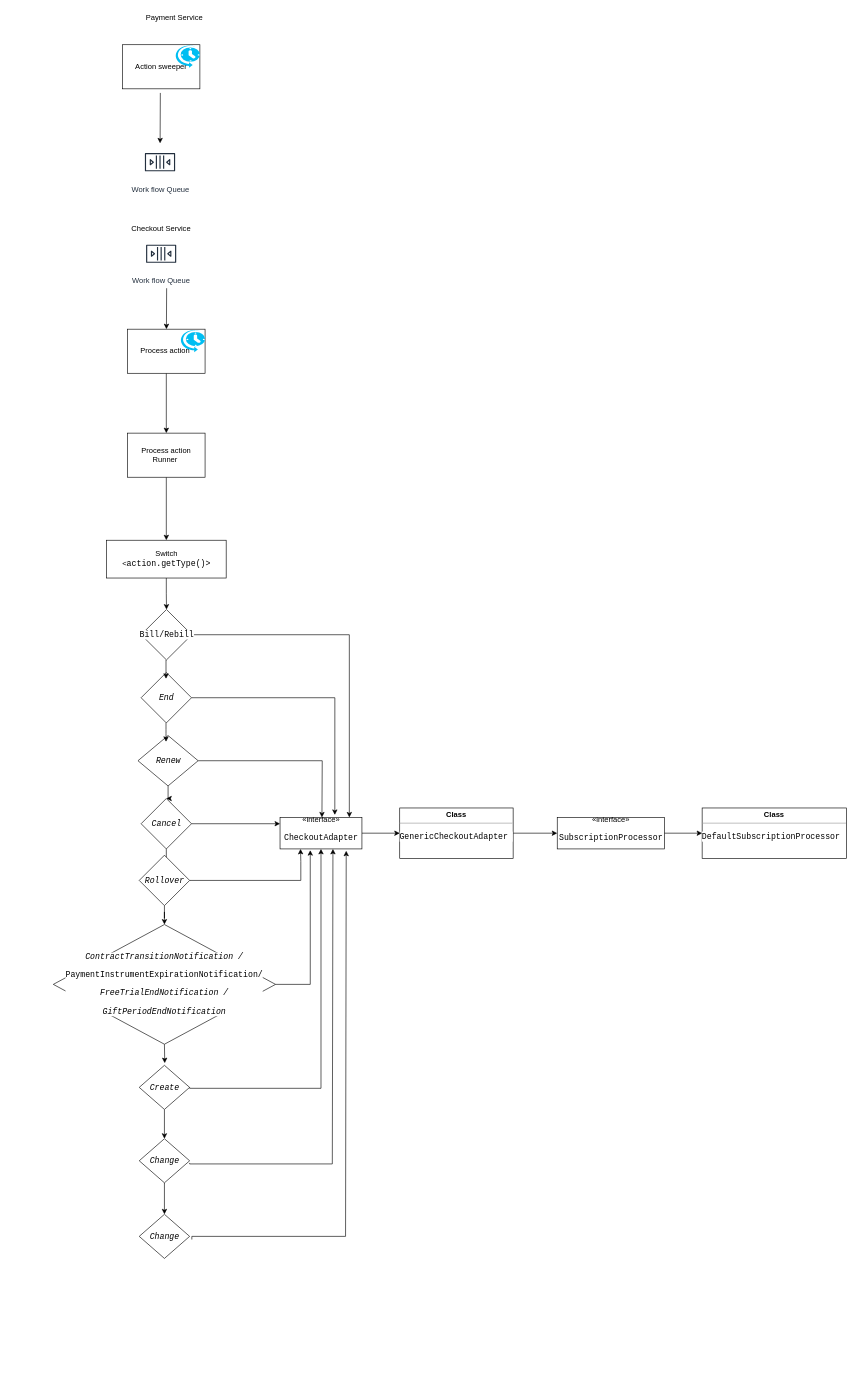
This is Untitled Diagram.drawio from SARAVANA1990/TestJava, a draw.io file, before an edit. Source tidied: cells renumbered, new cells numbered last; positions are measured from the earlier drawing's top-left corner, leaving out a move shared by most shapes. Both pictures are drawn from the tidied source at 63%, with x=0, y=0 at pixel (53, 11).
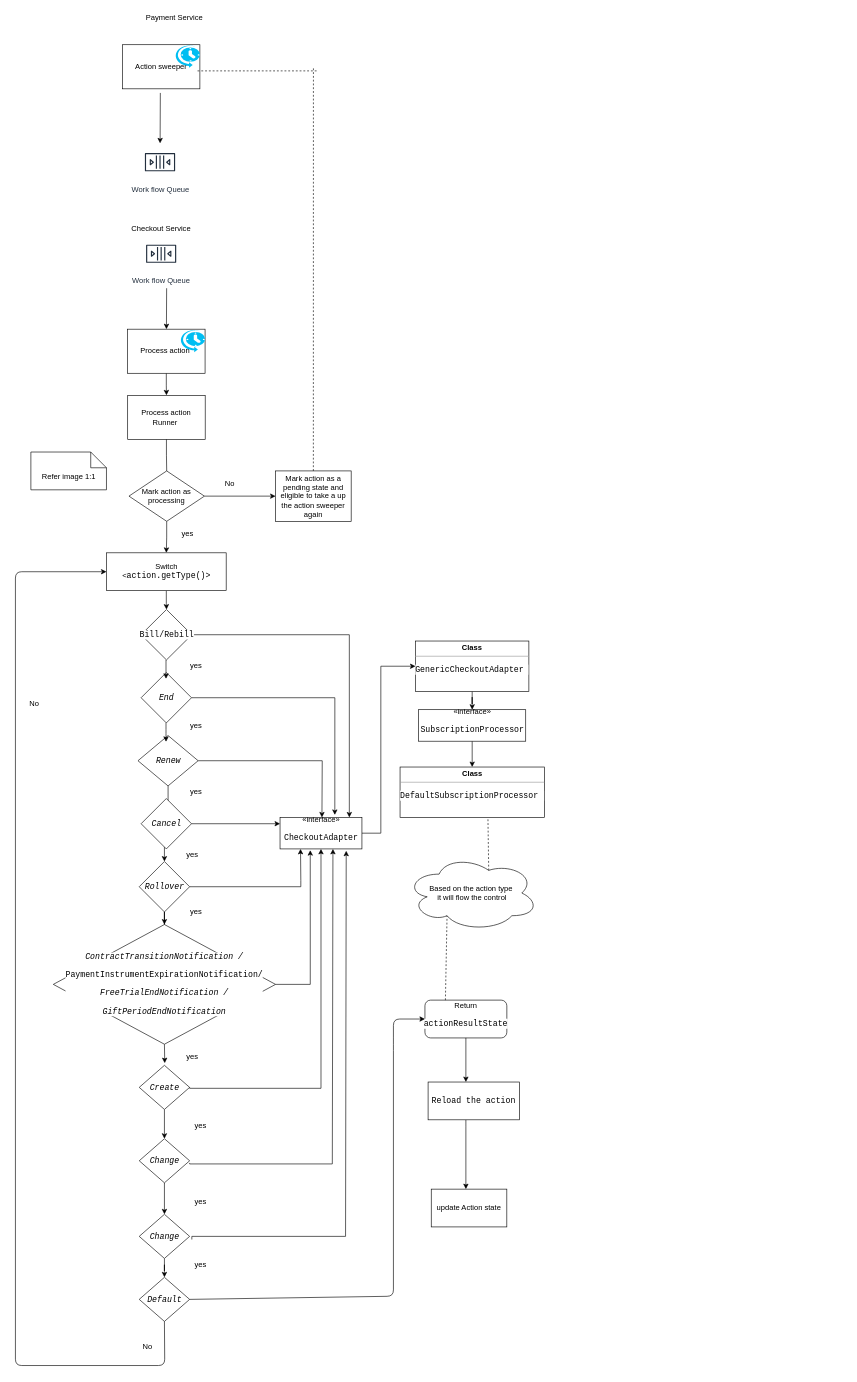
Above is the later version.

The change refers to these unchanged cells:
```xml
<mxCell id="7" style="verticalLabelPosition=bottom;html=1;verticalAlign=top;align=center;strokeColor=none;fillColor=#00BEF2;shape=mxgraph.azure.scheduler;" parent="1" vertex="1">
  <mxGeometry x="192.8" y="53.5" width="40" height="36.5" as="geometry" />
</mxCell>
<mxCell id="23" value="&lt;pre style=&quot;background-color: rgb(255 , 255 , 255) ; font-family: &amp;#34;jetbrains mono&amp;#34; , monospace ; font-size: 9.8pt&quot;&gt;&lt;span style=&quot;font-style: italic&quot;&gt;Renew&lt;/span&gt;&lt;/pre&gt;" style="rhombus;whiteSpace=wrap;html=1;" parent="1" vertex="1">
  <mxGeometry x="134.5" y="1150" width="95.5" height="80" as="geometry" />
</mxCell>
<mxCell id="25" value="&lt;pre style=&quot;background-color: rgb(255 , 255 , 255) ; font-family: &amp;#34;jetbrains mono&amp;#34; , monospace ; font-size: 9.8pt&quot;&gt;&lt;span style=&quot;font-style: italic&quot;&gt;Cancel&lt;/span&gt;&lt;/pre&gt;" style="rhombus;whiteSpace=wrap;html=1;" parent="1" vertex="1">
  <mxGeometry x="139.5" y="1250" width="80" height="80" as="geometry" />
</mxCell>
<mxCell id="35" value="&lt;pre style=&quot;background-color: rgb(255 , 255 , 255) ; font-family: &amp;#34;jetbrains mono&amp;#34; , monospace ; font-size: 9.8pt&quot;&gt;&lt;pre style=&quot;font-family: &amp;#34;jetbrains mono&amp;#34; , monospace ; font-size: 9.8pt&quot;&gt;&lt;pre style=&quot;font-family: &amp;#34;jetbrains mono&amp;#34; , monospace ; font-size: 9.8pt&quot;&gt;&lt;pre style=&quot;font-family: &amp;#34;jetbrains mono&amp;#34; , monospace ; font-size: 9.8pt&quot;&gt;&lt;span style=&quot;font-style: italic&quot;&gt;Change&lt;/span&gt;&lt;/pre&gt;&lt;/pre&gt;&lt;/pre&gt;&lt;/pre&gt;" style="rhombus;whiteSpace=wrap;html=1;" parent="1" vertex="1">
  <mxGeometry x="136.5" y="1910" width="80" height="70" as="geometry" />
</mxCell>
<mxCell id="37" value="«interface»&lt;br&gt;&lt;pre style=&quot;background-color: #ffffff ; color: #080808 ; font-family: &amp;#34;jetbrains mono&amp;#34; , monospace ; font-size: 9.8pt&quot;&gt;&lt;span style=&quot;color: #000000&quot;&gt;CheckoutAdapter&lt;/span&gt;&lt;/pre&gt;" style="html=1;strokeColor=#000000;" parent="1" vertex="1">
  <mxGeometry x="360" y="1280" width="130" height="50" as="geometry" />
</mxCell>
```

The edit, as a diff of the source:
```diff
@@
-    <mxCell id="14" style="edgeStyle=orthogonalEdgeStyle;rounded=0;jettySize=auto;html=1;" parent="1" edge="1" source="15" target="17">
-      <mxGeometry relative="1" as="geometry" />
-    </mxCell>
     <mxCell id="15" value="&lt;span&gt;Process action Runner&amp;nbsp;&lt;/span&gt;" style="rounded=0;whiteSpace=wrap;html=1;direction=west;" parent="1" vertex="1">
-      <mxGeometry x="118" y="670" width="123" height="70" as="geometry" />
+      <mxGeometry x="118.2" y="610" width="123" height="70" as="geometry" />
     </mxCell>
@@
     <mxCell id="17" value="Switch&lt;br&gt;&amp;lt;&lt;span style=&quot;font-family: &amp;#34;jetbrains mono&amp;#34; , monospace ; font-size: 9.8pt&quot;&gt;action&lt;/span&gt;&lt;span style=&quot;background-color: rgb(255 , 255 , 255) ; font-family: &amp;#34;jetbrains mono&amp;#34; , monospace ; font-size: 9.8pt&quot;&gt;.getType()&amp;gt;&lt;/span&gt;" style="rounded=0;whiteSpace=wrap;html=1;" parent="1" vertex="1">
-      <mxGeometry x="84.5" y="840" width="190" height="60" as="geometry" />
+      <mxGeometry x="84.5" y="860" width="190" height="60" as="geometry" />
     </mxCell>
@@
-    <mxCell id="22" style="edgeStyle=orthogonalEdgeStyle;rounded=0;jettySize=auto;html=1;" parent="1" edge="1" source="23" target="25">
-      <mxGeometry relative="1" as="geometry" />
-    </mxCell>
+    <mxCell id="50" style="edgeStyle=orthogonalEdgeStyle;rounded=0;jettySize=auto;html=1;" parent="1" edge="1" source="23" target="27">
+      <mxGeometry relative="1" as="geometry" />
+    </mxCell>
@@
-    <mxCell id="24" style="edgeStyle=orthogonalEdgeStyle;rounded=0;jettySize=auto;html=1;" parent="1" edge="1" source="25" target="27">
-      <mxGeometry relative="1" as="geometry" />
-    </mxCell>
@@
     <mxCell id="27" value="&lt;pre style=&quot;background-color: rgb(255 , 255 , 255) ; font-family: &amp;#34;jetbrains mono&amp;#34; , monospace ; font-size: 9.8pt&quot;&gt;&lt;pre style=&quot;font-family: &amp;#34;jetbrains mono&amp;#34; , monospace ; font-size: 9.8pt&quot;&gt;&lt;span style=&quot;font-style: italic&quot;&gt;Rollover&lt;/span&gt;&lt;/pre&gt;&lt;/pre&gt;" style="rhombus;whiteSpace=wrap;html=1;" parent="1" vertex="1">
-      <mxGeometry x="136.5" y="1340" width="80" height="80" as="geometry" />
+      <mxGeometry x="136.5" y="1350" width="80" height="80" as="geometry" />
     </mxCell>
@@
+    <mxCell id="51" style="edgeStyle=orthogonalEdgeStyle;rounded=0;jettySize=auto;html=1;" parent="1" edge="1" source="35" target="67">
+      <mxGeometry relative="1" as="geometry" />
+    </mxCell>
@@
     <mxCell id="36" style="edgeStyle=orthogonalEdgeStyle;rounded=0;jettySize=auto;html=1;" parent="1" edge="1" source="37" target="39">
-      <mxGeometry relative="1" as="geometry" />
+      <mxGeometry relative="1" as="geometry">
+        <Array as="points">
+          <mxPoint x="520" y="1305" />
+          <mxPoint x="520" y="1040" />
+        </Array>
+      </mxGeometry>
     </mxCell>
@@
     <mxCell id="39" value="&lt;p style=&quot;margin: 0px ; margin-top: 4px ; text-align: center&quot;&gt;&lt;b&gt;Class&lt;/b&gt;&lt;/p&gt;&lt;hr size=&quot;1&quot;&gt;&lt;div style=&quot;height: 2px&quot;&gt;&lt;pre style=&quot;background-color: #ffffff ; color: #080808 ; font-family: &amp;#34;jetbrains mono&amp;#34; , monospace ; font-size: 9.8pt&quot;&gt;&lt;span style=&quot;color: #000000&quot;&gt;GenericCheckoutAdapter&lt;/span&gt;&lt;/pre&gt;&lt;/div&gt;" style="verticalAlign=top;align=left;overflow=fill;fontSize=12;fontFamily=Helvetica;html=1;strokeColor=#000000;" parent="1" vertex="1">
-      <mxGeometry x="550" y="1265" width="180" height="80" as="geometry" />
+      <mxGeometry x="575" y="1000" width="180" height="80" as="geometry" />
     </mxCell>
@@
     <mxCell id="41" value="«interface»&lt;br&gt;&lt;pre style=&quot;background-color: #ffffff ; color: #080808 ; font-family: &amp;#34;jetbrains mono&amp;#34; , monospace ; font-size: 9.8pt&quot;&gt;&lt;pre style=&quot;font-family: &amp;#34;jetbrains mono&amp;#34; , monospace ; font-size: 9.8pt&quot;&gt;&lt;span style=&quot;color: #000000&quot;&gt;SubscriptionProcessor&lt;/span&gt;&lt;/pre&gt;&lt;/pre&gt;" style="html=1;strokeColor=#000000;" parent="1" vertex="1">
-      <mxGeometry x="800" y="1280" width="170" height="50" as="geometry" />
+      <mxGeometry x="580" y="1109" width="170" height="50" as="geometry" />
     </mxCell>
     <mxCell id="42" value="&lt;p style=&quot;margin: 0px ; margin-top: 4px ; text-align: center&quot;&gt;&lt;b&gt;Class&lt;/b&gt;&lt;/p&gt;&lt;hr size=&quot;1&quot;&gt;&lt;div style=&quot;height: 2px&quot;&gt;&lt;pre style=&quot;background-color: #ffffff ; color: #080808 ; font-family: &amp;#34;jetbrains mono&amp;#34; , monospace ; font-size: 9.8pt&quot;&gt;&lt;pre style=&quot;font-family: &amp;#34;jetbrains mono&amp;#34; , monospace ; font-size: 9.8pt&quot;&gt;&lt;span style=&quot;color: #000000&quot;&gt;DefaultSubscriptionProcessor&lt;/span&gt;&lt;/pre&gt;&lt;/pre&gt;&lt;/div&gt;" style="verticalAlign=top;align=left;overflow=fill;fontSize=12;fontFamily=Helvetica;html=1;strokeColor=#000000;" parent="1" vertex="1">
-      <mxGeometry x="1030" y="1265" width="229" height="80" as="geometry" />
+      <mxGeometry x="550.5" y="1200" width="229" height="80" as="geometry" />
     </mxCell>
@@
+    <mxCell id="52" style="edgeStyle=orthogonalEdgeStyle;rounded=0;jettySize=auto;html=1;" parent="1" edge="1" source="54" target="17">
+      <mxGeometry relative="1" as="geometry" />
+    </mxCell>
+    <mxCell id="53" style="edgeStyle=orthogonalEdgeStyle;rounded=0;jettySize=auto;html=1;" parent="1" edge="1" source="54" target="57">
+      <mxGeometry relative="1" as="geometry" />
+    </mxCell>
+    <mxCell id="54" value="Mark action as processing" style="rhombus;whiteSpace=wrap;html=1;" parent="1" vertex="1">
+      <mxGeometry x="120.2" y="730" width="119.8" height="80" as="geometry" />
+    </mxCell>
+    <mxCell id="55" style="edgeStyle=orthogonalEdgeStyle;rounded=0;jettySize=auto;html=1;endArrow=none;" parent="1" edge="1" source="15" target="54">
+      <mxGeometry relative="1" as="geometry" />
+    </mxCell>
+    <mxCell id="56" value="yes" style="text;html=1;align=center;verticalAlign=middle;strokeColor=none;" parent="1" vertex="1">
+      <mxGeometry x="197.8" y="820" width="30" height="20" as="geometry" />
+    </mxCell>
+    <mxCell id="57" value="Mark action as a pending state and eligible to take a up the action sweeper again" style="rounded=0;whiteSpace=wrap;html=1;" parent="1" vertex="1">
+      <mxGeometry x="352.9" y="730" width="120" height="80" as="geometry" />
+    </mxCell>
+    <mxCell id="58" value="No" style="text;html=1;align=center;verticalAlign=middle;strokeColor=none;" parent="1" vertex="1">
+      <mxGeometry x="265" y="740" width="30" height="20" as="geometry" />
+    </mxCell>
+    <mxCell id="59" style="endArrow=none;dashed=1;html=1;exitX=0.5;exitY=0;exitDx=0;exitDy=0;" parent="1" edge="1" source="57">
+      <mxGeometry relative="1" as="geometry">
+        <mxPoint x="413" y="90" as="targetPoint" />
+      </mxGeometry>
+    </mxCell>
+    <mxCell id="60" style="endArrow=none;dashed=1;html=1;exitX=0.906;exitY=1.137;exitDx=0;exitDy=0;exitPerimeter=0;" parent="1" edge="1" source="7">
+      <mxGeometry relative="1" as="geometry">
+        <mxPoint x="420" y="95" as="targetPoint" />
+      </mxGeometry>
+    </mxCell>
+    <mxCell id="61" value="Based on the action type&amp;nbsp;&lt;br&gt;it will flow the control" style="ellipse;shape=cloud;whiteSpace=wrap;html=1;" parent="1" vertex="1">
+      <mxGeometry x="560" y="1340" width="210" height="120" as="geometry" />
+    </mxCell>
+    <mxCell id="62" style="endArrow=none;dashed=1;html=1;exitX=0.625;exitY=0.2;exitDx=0;exitDy=0;exitPerimeter=0;" parent="1" edge="1" source="61">
+      <mxGeometry relative="1" as="geometry">
+        <mxPoint x="690" y="1280" as="targetPoint" />
+      </mxGeometry>
+    </mxCell>
+    <mxCell id="63" value="Return&lt;br&gt;&lt;pre style=&quot;background-color: #ffffff ; color: #080808 ; font-family: &amp;#34;jetbrains mono&amp;#34; , monospace ; font-size: 9.8pt&quot;&gt;&lt;span style=&quot;color: #000000&quot;&gt;actionResultState&lt;/span&gt;&lt;/pre&gt;" style="rounded=1;whiteSpace=wrap;html=1;" parent="1" vertex="1">
+      <mxGeometry x="590" y="1570" width="130" height="60" as="geometry" />
+    </mxCell>
+    <mxCell id="64" style="endArrow=none;dashed=1;html=1;entryX=0.31;entryY=0.8;entryDx=0;entryDy=0;entryPerimeter=0;exitX=0.25;exitY=0;exitDx=0;exitDy=0;" parent="1" edge="1" source="63" target="61">
+      <mxGeometry relative="1" as="geometry" />
+    </mxCell>
+    <mxCell id="65" style="endArrow=classic;html=1;exitX=0.5;exitY=1;exitDx=0;exitDy=0;" parent="1" edge="1" source="63">
+      <mxGeometry relative="1" as="geometry">
+        <mxPoint x="655" y="1700" as="targetPoint" />
+      </mxGeometry>
+    </mxCell>
+    <mxCell id="66" value="update Action state" style="rounded=0;whiteSpace=wrap;html=1;" parent="1" vertex="1">
+      <mxGeometry x="600" y="1870" width="120" height="60" as="geometry" />
+    </mxCell>
+    <mxCell id="67" value="&lt;pre style=&quot;background-color: rgb(255 , 255 , 255) ; font-family: &amp;#34;jetbrains mono&amp;#34; , monospace ; font-size: 9.8pt&quot;&gt;&lt;pre style=&quot;font-family: &amp;#34;jetbrains mono&amp;#34; , monospace ; font-size: 9.8pt&quot;&gt;&lt;pre style=&quot;font-family: &amp;#34;jetbrains mono&amp;#34; , monospace ; font-size: 9.8pt&quot;&gt;&lt;pre style=&quot;font-family: &amp;#34;jetbrains mono&amp;#34; , monospace ; font-size: 9.8pt&quot;&gt;&lt;span style=&quot;font-style: italic&quot;&gt;Default&lt;/span&gt;&lt;/pre&gt;&lt;/pre&gt;&lt;/pre&gt;&lt;/pre&gt;" style="rhombus;whiteSpace=wrap;html=1;" parent="1" vertex="1">
+      <mxGeometry x="136.5" y="2010" width="80" height="70" as="geometry" />
+    </mxCell>
+    <mxCell id="68" style="endArrow=classic;html=1;exitX=1;exitY=0.5;exitDx=0;exitDy=0;entryX=0;entryY=0.5;entryDx=0;entryDy=0;" parent="1" edge="1" source="67" target="63">
+      <mxGeometry relative="1" as="geometry">
+        <Array as="points">
+          <mxPoint x="540" y="2040" />
+          <mxPoint x="540" y="1640" />
+          <mxPoint x="540" y="1600" />
+        </Array>
+      </mxGeometry>
+    </mxCell>
+    <mxCell id="69" style="endArrow=classic;html=1;exitX=0.5;exitY=1;exitDx=0;exitDy=0;entryX=0;entryY=0.5;entryDx=0;entryDy=0;" parent="1" edge="1" source="67" target="17">
+      <mxGeometry relative="1" as="geometry">
+        <Array as="points">
+          <mxPoint x="177" y="2150" />
+          <mxPoint x="-60" y="2150" />
+          <mxPoint x="-60" y="890" />
+        </Array>
+      </mxGeometry>
+    </mxCell>
+    <mxCell id="70" value="No" style="text;html=1;strokeColor=none;fillColor=none;align=center;verticalAlign=middle;whiteSpace=wrap;rounded=0;" parent="1" vertex="1">
+      <mxGeometry x="-50" y="1089" width="40" height="20" as="geometry" />
+    </mxCell>
+    <mxCell id="71" value="yes" style="text;html=1;strokeColor=none;fillColor=none;align=center;verticalAlign=middle;whiteSpace=wrap;rounded=0;" parent="1" vertex="1">
+      <mxGeometry x="206.5" y="1030" width="40" height="20" as="geometry" />
+    </mxCell>
+    <mxCell id="72" value="yes" style="text;html=1;strokeColor=none;fillColor=none;align=center;verticalAlign=middle;whiteSpace=wrap;rounded=0;" parent="1" vertex="1">
+      <mxGeometry x="206.5" y="1124" width="40" height="20" as="geometry" />
+    </mxCell>
+    <mxCell id="73" value="yes" style="text;html=1;strokeColor=none;fillColor=none;align=center;verticalAlign=middle;whiteSpace=wrap;rounded=0;" parent="1" vertex="1">
+      <mxGeometry x="206.5" y="1230" width="40" height="20" as="geometry" />
+    </mxCell>
+    <mxCell id="74" value="yes" style="text;html=1;strokeColor=none;fillColor=none;align=center;verticalAlign=middle;whiteSpace=wrap;rounded=0;" parent="1" vertex="1">
+      <mxGeometry x="201" y="1330" width="40" height="20" as="geometry" />
+    </mxCell>
+    <mxCell id="75" value="yes" style="text;html=1;strokeColor=none;fillColor=none;align=center;verticalAlign=middle;whiteSpace=wrap;rounded=0;" parent="1" vertex="1">
+      <mxGeometry x="206.5" y="1420" width="40" height="20" as="geometry" />
+    </mxCell>
+    <mxCell id="76" value="yes" style="text;html=1;strokeColor=none;fillColor=none;align=center;verticalAlign=middle;whiteSpace=wrap;rounded=0;" parent="1" vertex="1">
+      <mxGeometry x="201" y="1650" width="40" height="20" as="geometry" />
+    </mxCell>
+    <mxCell id="77" value="yes" style="text;html=1;strokeColor=none;fillColor=none;align=center;verticalAlign=middle;whiteSpace=wrap;rounded=0;" parent="1" vertex="1">
+      <mxGeometry x="214" y="1760" width="40" height="20" as="geometry" />
+    </mxCell>
+    <mxCell id="78" value="yes" style="text;html=1;strokeColor=none;fillColor=none;align=center;verticalAlign=middle;whiteSpace=wrap;rounded=0;" parent="1" vertex="1">
+      <mxGeometry x="214" y="1880" width="40" height="20" as="geometry" />
+    </mxCell>
+    <mxCell id="79" value="yes" style="text;html=1;strokeColor=none;fillColor=none;align=center;verticalAlign=middle;whiteSpace=wrap;rounded=0;" parent="1" vertex="1">
+      <mxGeometry x="214" y="1980" width="40" height="20" as="geometry" />
+    </mxCell>
+    <mxCell id="80" value="No" style="text;html=1;strokeColor=none;fillColor=none;align=center;verticalAlign=middle;whiteSpace=wrap;rounded=0;" parent="1" vertex="1">
+      <mxGeometry x="130" y="2110" width="40" height="20" as="geometry" />
+    </mxCell>
+    <mxCell id="81" value="Refer image 1:1" style="shape=note2;boundedLbl=1;whiteSpace=wrap;html=1;size=25;verticalAlign=top;align=center;" parent="1" vertex="1">
+      <mxGeometry x="-35.5" y="700" width="120" height="60" as="geometry" />
+    </mxCell>
+    <mxCell id="82" style="edgeStyle=orthogonalEdgeStyle;rounded=0;jettySize=auto;html=1;" parent="1" edge="1" source="83" target="66">
+      <mxGeometry relative="1" as="geometry">
+        <Array as="points">
+          <mxPoint x="655" y="1770" />
+          <mxPoint x="655" y="1770" />
+        </Array>
+      </mxGeometry>
+    </mxCell>
+    <mxCell id="83" value="&lt;pre style=&quot;background-color: rgb(255 , 255 , 255) ; font-family: &amp;#34;jetbrains mono&amp;#34; , monospace ; font-size: 9.8pt&quot;&gt;Reload the action&lt;/pre&gt;" style="rounded=0;whiteSpace=wrap;html=1;" parent="1" vertex="1">
+      <mxGeometry x="595" y="1700" width="145" height="60" as="geometry" />
+    </mxCell>
```
